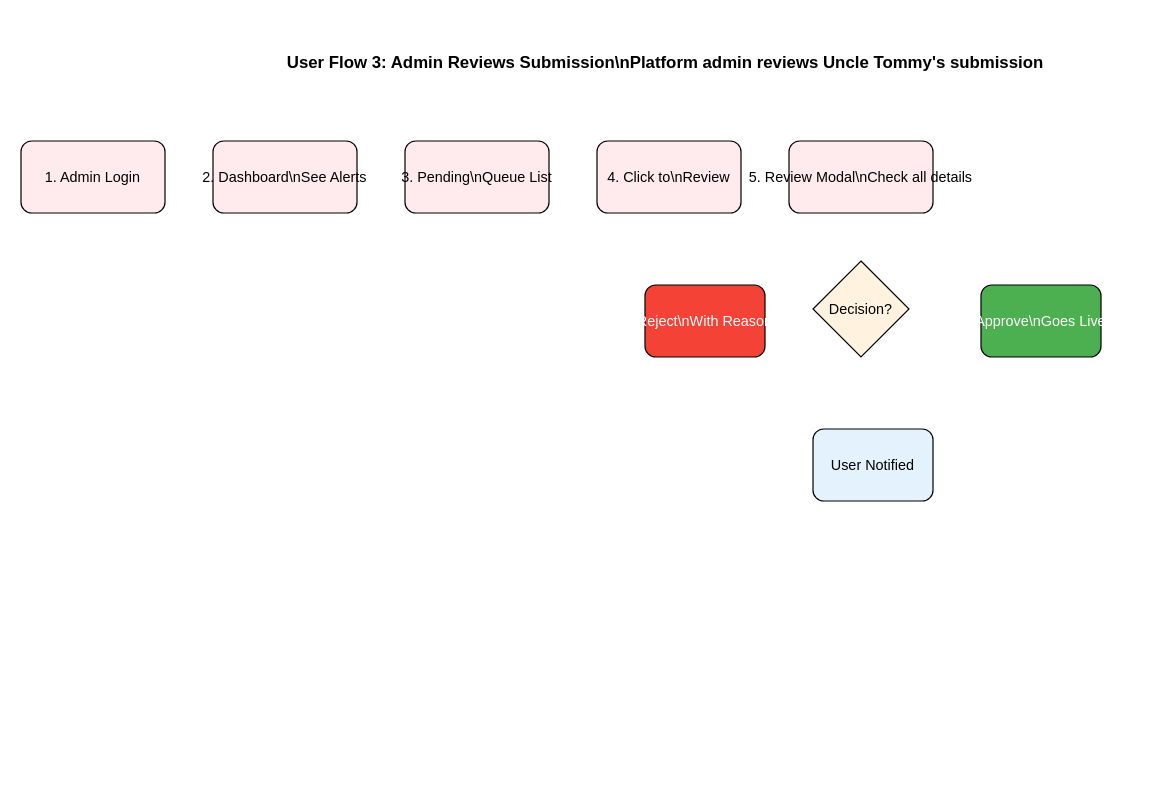
Shash2300/COMP9030-Assignment keeps this draw.io diagram as c1-c4/cycle1/imgs/userflow-3-admin-moderation.drawio. Above is the earlier version. Source tidied: cells renumbered, new cells numbered last; positions are measured from the earlier drawing's top-left corner, leaving out a move shared by most shapes. Both pictures are drawn from the tidied source at 120%, with x=0, y=0 at pixel (20, 44).
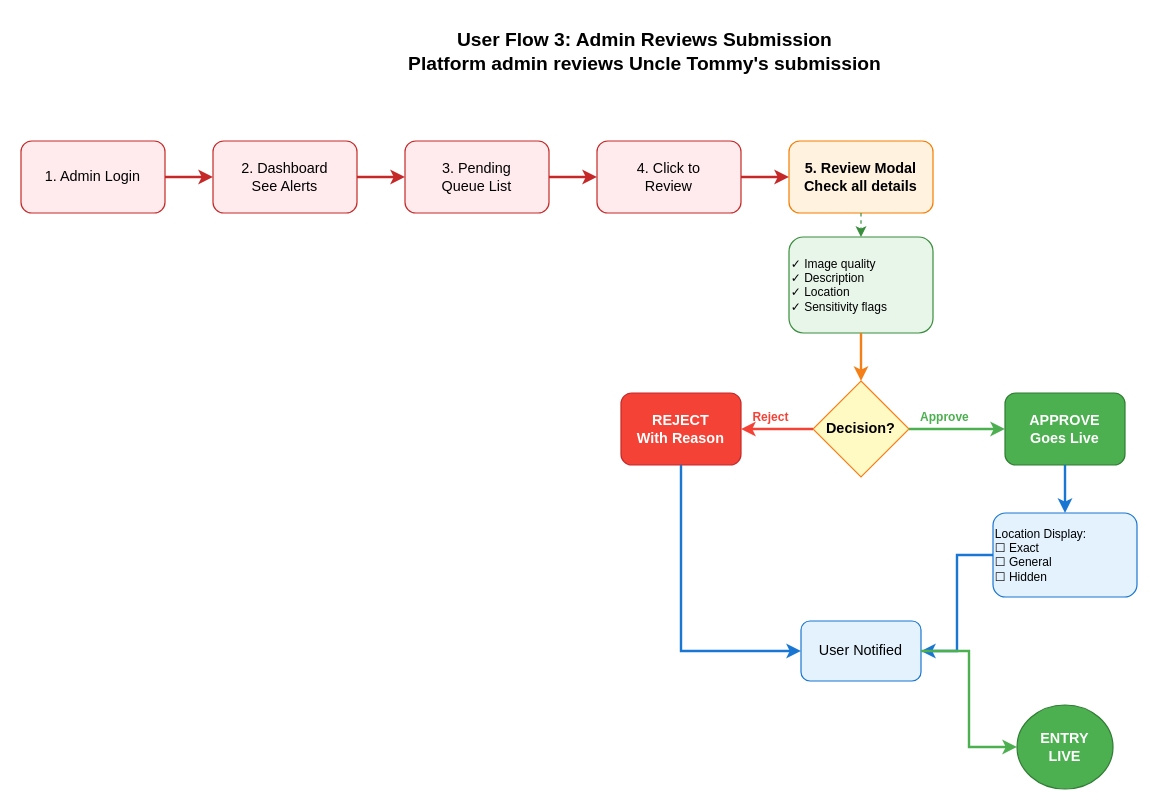
After the change.

Change to the diagram source:
```diff
@@
-    <mxCell id="2" value="User Flow 3: Admin Reviews Submission\nPlatform admin reviews Uncle Tommy's submission" style="text;fontSize=14;fontStyle=1;" parent="1" vertex="1">
-      <mxGeometry x="220" width="600" height="40" as="geometry" />
-    </mxCell>
+    <mxCell id="12" value="User Flow 3: Admin Reviews Submission&#10;Platform admin reviews Uncle Tommy's submission" style="text;html=1;strokeColor=none;fillColor=none;align=center;verticalAlign=middle;whiteSpace=wrap;rounded=0;fontSize=16;fontStyle=1;" parent="1" vertex="1">
+      <mxGeometry x="220" y="-20" width="600" height="50" as="geometry" />
+    </mxCell>
-    <mxCell id="3" value="1. Admin Login" style="rounded=1;fillColor=#ffebee;" parent="1" vertex="1">
+    <mxCell id="3" value="1. Admin Login" style="rounded=1;whiteSpace=wrap;html=1;fillColor=#FFEBEE;strokeColor=#C62828;" parent="1" vertex="1">
       <mxGeometry y="80" width="120" height="60" as="geometry" />
     </mxCell>
-    <mxCell id="4" value="2. Dashboard\nSee Alerts" style="rounded=1;fillColor=#ffebee;" parent="1" vertex="1">
+    <mxCell id="4" value="2. Dashboard&#10;See Alerts" style="rounded=1;whiteSpace=wrap;html=1;fillColor=#FFEBEE;strokeColor=#C62828;" parent="1" vertex="1">
       <mxGeometry x="160" y="80" width="120" height="60" as="geometry" />
     </mxCell>
-    <mxCell id="5" value="3. Pending\nQueue List" style="rounded=1;fillColor=#ffebee;" parent="1" vertex="1">
+    <mxCell id="5" value="3. Pending&#10;Queue List" style="rounded=1;whiteSpace=wrap;html=1;fillColor=#FFEBEE;strokeColor=#C62828;" parent="1" vertex="1">
       <mxGeometry x="320" y="80" width="120" height="60" as="geometry" />
     </mxCell>
-    <mxCell id="6" value="4. Click to\nReview" style="rounded=1;fillColor=#ffebee;" parent="1" vertex="1">
+    <mxCell id="6" value="4. Click to&#10;Review" style="rounded=1;whiteSpace=wrap;html=1;fillColor=#FFEBEE;strokeColor=#C62828;" parent="1" vertex="1">
       <mxGeometry x="480" y="80" width="120" height="60" as="geometry" />
     </mxCell>
-    <mxCell id="7" value="5. Review Modal\nCheck all details" style="rounded=1;fillColor=#ffebee;" parent="1" vertex="1">
+    <mxCell id="7" value="5. Review Modal&#10;Check all details" style="rounded=1;whiteSpace=wrap;html=1;fillColor=#FFF3E0;strokeColor=#F57C00;fontStyle=1;" parent="1" vertex="1">
       <mxGeometry x="640" y="80" width="120" height="60" as="geometry" />
     </mxCell>
+    <mxCell id="13" value="✓ Image quality&#10;✓ Description&#10;✓ Location&#10;✓ Sensitivity flags" style="rounded=1;whiteSpace=wrap;html=1;fillColor=#E8F5E9;strokeColor=#388E3C;fontSize=10;align=left;" parent="1" vertex="1">
+      <mxGeometry x="640" y="160" width="120" height="80" as="geometry" />
+    </mxCell>
-    <mxCell id="8" value="Decision?" style="rhombus;fillColor=#fff3e0;" parent="1" vertex="1">
-      <mxGeometry x="660" y="180" width="80" height="80" as="geometry" />
+    <mxCell id="8" value="Decision?" style="rhombus;whiteSpace=wrap;html=1;fillColor=#FFF9C4;strokeColor=#F57F17;fontStyle=1;" parent="1" vertex="1">
+      <mxGeometry x="660" y="280" width="80" height="80" as="geometry" />
     </mxCell>
-    <mxCell id="9" value="Approve\nGoes Live" style="rounded=1;fillColor=#4caf50;fontColor=#fff;" parent="1" vertex="1">
-      <mxGeometry x="800" y="200" width="100" height="60" as="geometry" />
-    </mxCell>
-    <mxCell id="10" value="Reject\nWith Reason" style="rounded=1;fillColor=#f44336;fontColor=#fff;" parent="1" vertex="1">
-      <mxGeometry x="520" y="200" width="100" height="60" as="geometry" />
-    </mxCell>
+    <mxCell id="14" value="APPROVE&#10;Goes Live" style="rounded=1;whiteSpace=wrap;html=1;fillColor=#4CAF50;strokeColor=#2E7D32;fontColor=#FFFFFF;fontStyle=1;" parent="1" vertex="1">
+      <mxGeometry x="820" y="290" width="100" height="60" as="geometry" />
+    </mxCell>
+    <mxCell id="15" value="REJECT&#10;With Reason" style="rounded=1;whiteSpace=wrap;html=1;fillColor=#F44336;strokeColor=#C62828;fontColor=#FFFFFF;fontStyle=1;" parent="1" vertex="1">
+      <mxGeometry x="500" y="290" width="100" height="60" as="geometry" />
+    </mxCell>
+    <mxCell id="16" value="Location Display:&#10;☐ Exact&#10;☐ General&#10;☐ Hidden" style="rounded=1;whiteSpace=wrap;html=1;fillColor=#E3F2FD;strokeColor=#1976D2;fontSize=10;align=left;" parent="1" vertex="1">
+      <mxGeometry x="810" y="390" width="120" height="70" as="geometry" />
+    </mxCell>
-    <mxCell id="11" value="User Notified" style="rounded=1;fillColor=#e3f2fd;" parent="1" vertex="1">
-      <mxGeometry x="660" y="320" width="100" height="60" as="geometry" />
+    <mxCell id="11" value="User Notified" style="rounded=1;whiteSpace=wrap;html=1;fillColor=#E3F2FD;strokeColor=#1976D2;" parent="1" vertex="1">
+      <mxGeometry x="650" y="480" width="100" height="50" as="geometry" />
     </mxCell>
+    <mxCell id="17" value="ENTRY&#10;LIVE" style="ellipse;whiteSpace=wrap;html=1;fillColor=#4CAF50;strokeColor=#2E7D32;fontColor=#FFFFFF;fontStyle=1;" parent="1" vertex="1">
+      <mxGeometry x="830" y="550" width="80" height="70" as="geometry" />
+    </mxCell>
+    <mxCell id="18" style="edgeStyle=orthogonalEdgeStyle;rounded=0;jettySize=auto;html=1;exitX=1;exitY=0.5;exitDx=0;exitDy=0;entryX=0;entryY=0.5;entryDx=0;entryDy=0;strokeWidth=2;strokeColor=#C62828;" parent="1" edge="1" source="3" target="4">
+      <mxGeometry relative="1" as="geometry" />
+    </mxCell>
+    <mxCell id="19" style="edgeStyle=orthogonalEdgeStyle;rounded=0;jettySize=auto;html=1;exitX=1;exitY=0.5;exitDx=0;exitDy=0;entryX=0;entryY=0.5;entryDx=0;entryDy=0;strokeWidth=2;strokeColor=#C62828;" parent="1" edge="1" source="4" target="5">
+      <mxGeometry relative="1" as="geometry" />
+    </mxCell>
+    <mxCell id="20" style="edgeStyle=orthogonalEdgeStyle;rounded=0;jettySize=auto;html=1;exitX=1;exitY=0.5;exitDx=0;exitDy=0;entryX=0;entryY=0.5;entryDx=0;entryDy=0;strokeWidth=2;strokeColor=#C62828;" parent="1" edge="1" source="5" target="6">
+      <mxGeometry relative="1" as="geometry" />
+    </mxCell>
+    <mxCell id="21" style="edgeStyle=orthogonalEdgeStyle;rounded=0;jettySize=auto;html=1;exitX=1;exitY=0.5;exitDx=0;exitDy=0;entryX=0;entryY=0.5;entryDx=0;entryDy=0;strokeWidth=2;strokeColor=#C62828;" parent="1" edge="1" source="6" target="7">
+      <mxGeometry relative="1" as="geometry" />
+    </mxCell>
+    <mxCell id="22" style="edgeStyle=orthogonalEdgeStyle;rounded=0;jettySize=auto;html=1;exitX=0.5;exitY=1;exitDx=0;exitDy=0;entryX=0.5;entryY=0;entryDx=0;entryDy=0;strokeWidth=1;strokeColor=#388E3C;dashed=1;" parent="1" edge="1" source="7" target="13">
+      <mxGeometry relative="1" as="geometry" />
+    </mxCell>
+    <mxCell id="23" style="edgeStyle=orthogonalEdgeStyle;rounded=0;jettySize=auto;html=1;exitX=0.5;exitY=1;exitDx=0;exitDy=0;entryX=0.5;entryY=0;entryDx=0;entryDy=0;strokeWidth=2;strokeColor=#F57F17;" parent="1" edge="1" source="13" target="8">
+      <mxGeometry relative="1" as="geometry" />
+    </mxCell>
+    <mxCell id="24" style="edgeStyle=orthogonalEdgeStyle;rounded=0;jettySize=auto;html=1;exitX=1;exitY=0.5;exitDx=0;exitDy=0;entryX=0;entryY=0.5;entryDx=0;entryDy=0;strokeWidth=2;strokeColor=#4CAF50;" parent="1" edge="1" source="8" target="14">
+      <mxGeometry relative="1" as="geometry" />
+    </mxCell>
+    <mxCell id="25" style="edgeStyle=orthogonalEdgeStyle;rounded=0;jettySize=auto;html=1;exitX=0;exitY=0.5;exitDx=0;exitDy=0;entryX=1;entryY=0.5;entryDx=0;entryDy=0;strokeWidth=2;strokeColor=#F44336;" parent="1" edge="1" source="8" target="15">
+      <mxGeometry relative="1" as="geometry" />
+    </mxCell>
+    <mxCell id="26" style="edgeStyle=orthogonalEdgeStyle;rounded=0;jettySize=auto;html=1;exitX=0.5;exitY=1;exitDx=0;exitDy=0;entryX=0.5;entryY=0;entryDx=0;entryDy=0;strokeWidth=2;strokeColor=#1976D2;" parent="1" edge="1" source="14" target="16">
+      <mxGeometry relative="1" as="geometry" />
+    </mxCell>
+    <mxCell id="27" style="edgeStyle=orthogonalEdgeStyle;rounded=0;jettySize=auto;html=1;exitX=0.5;exitY=1;exitDx=0;exitDy=0;entryX=0;entryY=0.5;entryDx=0;entryDy=0;strokeWidth=2;strokeColor=#1976D2;" parent="1" edge="1" source="15" target="11">
+      <mxGeometry relative="1" as="geometry" />
+    </mxCell>
+    <mxCell id="28" style="edgeStyle=orthogonalEdgeStyle;rounded=0;jettySize=auto;html=1;exitX=0;exitY=0.5;exitDx=0;exitDy=0;entryX=1;entryY=0.5;entryDx=0;entryDy=0;strokeWidth=2;strokeColor=#1976D2;" parent="1" edge="1" source="16" target="11">
+      <mxGeometry relative="1" as="geometry" />
+    </mxCell>
+    <mxCell id="29" style="edgeStyle=orthogonalEdgeStyle;rounded=0;jettySize=auto;html=1;exitX=1;exitY=0.5;exitDx=0;exitDy=0;entryX=0;entryY=0.5;entryDx=0;entryDy=0;strokeWidth=2;strokeColor=#4CAF50;" parent="1" edge="1" source="11" target="17">
+      <mxGeometry relative="1" as="geometry" />
+    </mxCell>
+    <mxCell id="30" value="Approve" style="text;html=1;strokeColor=none;fillColor=none;align=center;verticalAlign=middle;whiteSpace=wrap;rounded=0;fontSize=10;fontColor=#4CAF50;fontStyle=1;" parent="1" vertex="1">
+      <mxGeometry x="740" y="300" width="60" height="20" as="geometry" />
+    </mxCell>
+    <mxCell id="31" value="Reject" style="text;html=1;strokeColor=none;fillColor=none;align=center;verticalAlign=middle;whiteSpace=wrap;rounded=0;fontSize=10;fontColor=#F44336;fontStyle=1;" parent="1" vertex="1">
+      <mxGeometry x="600" y="300" width="50" height="20" as="geometry" />
+    </mxCell>
```
